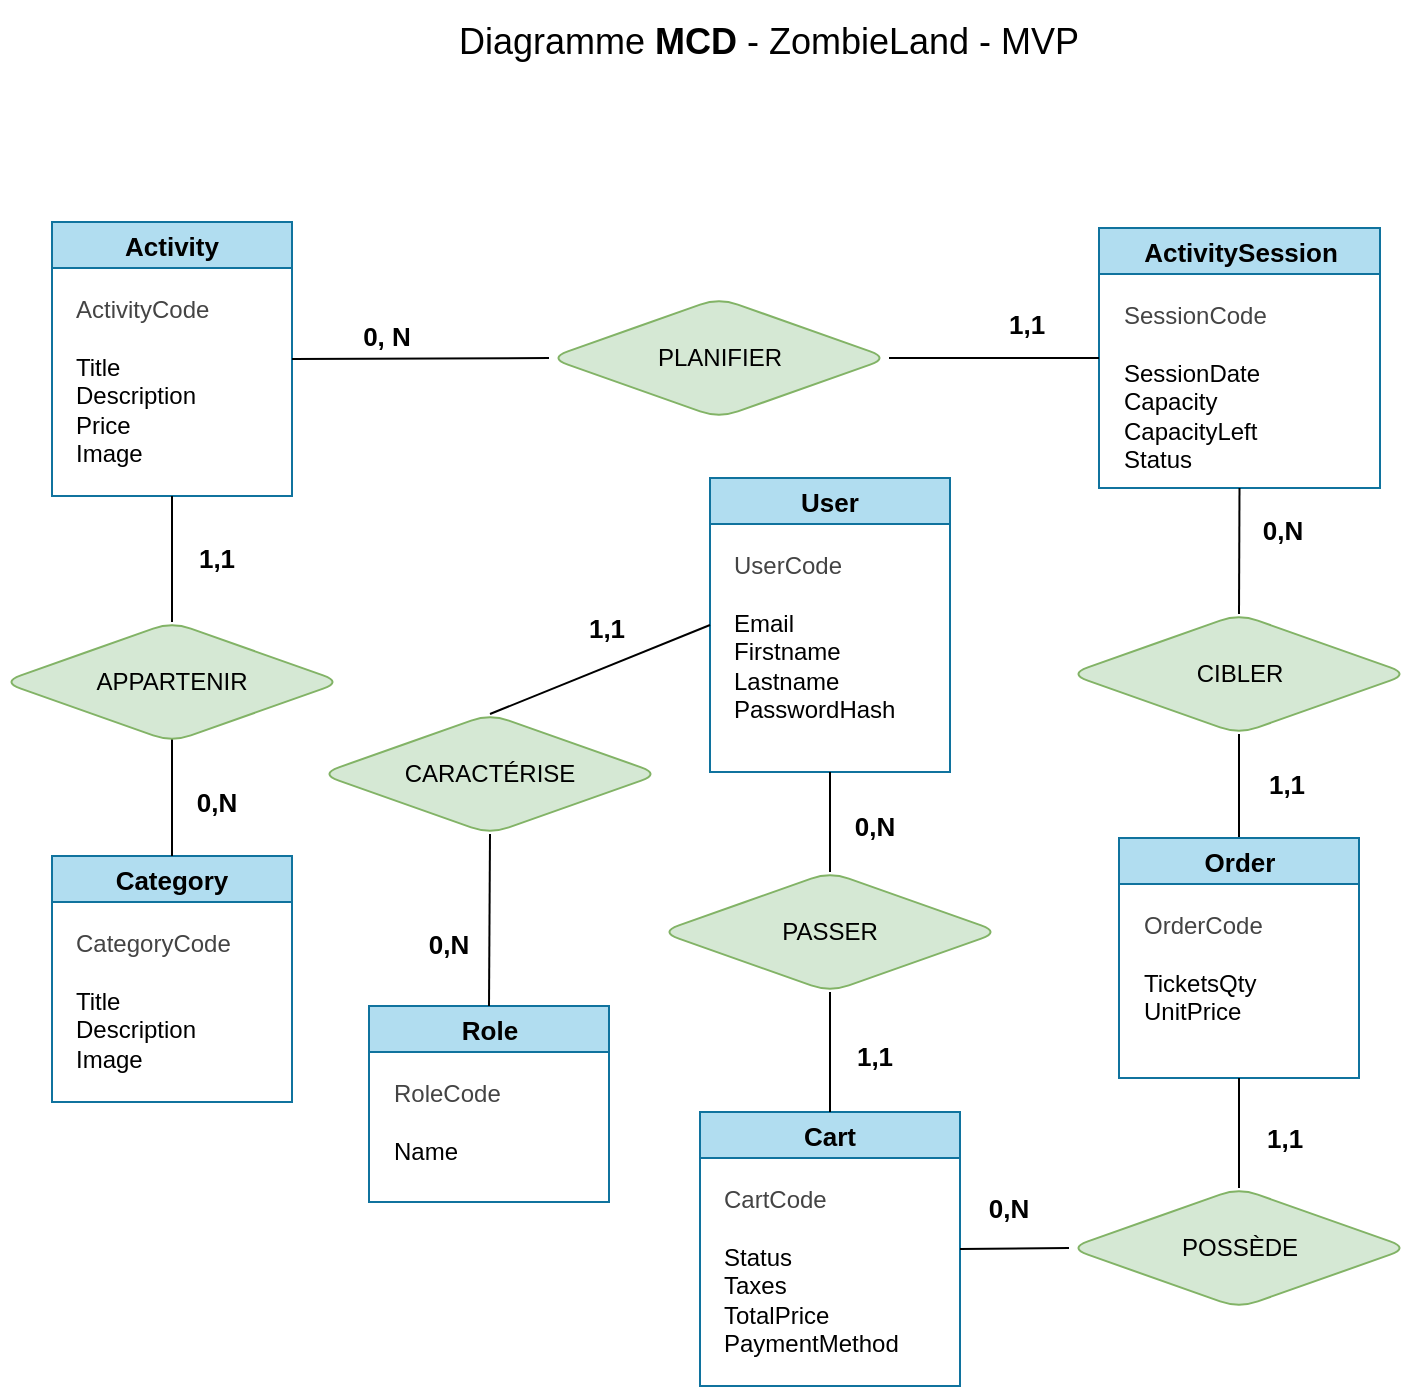
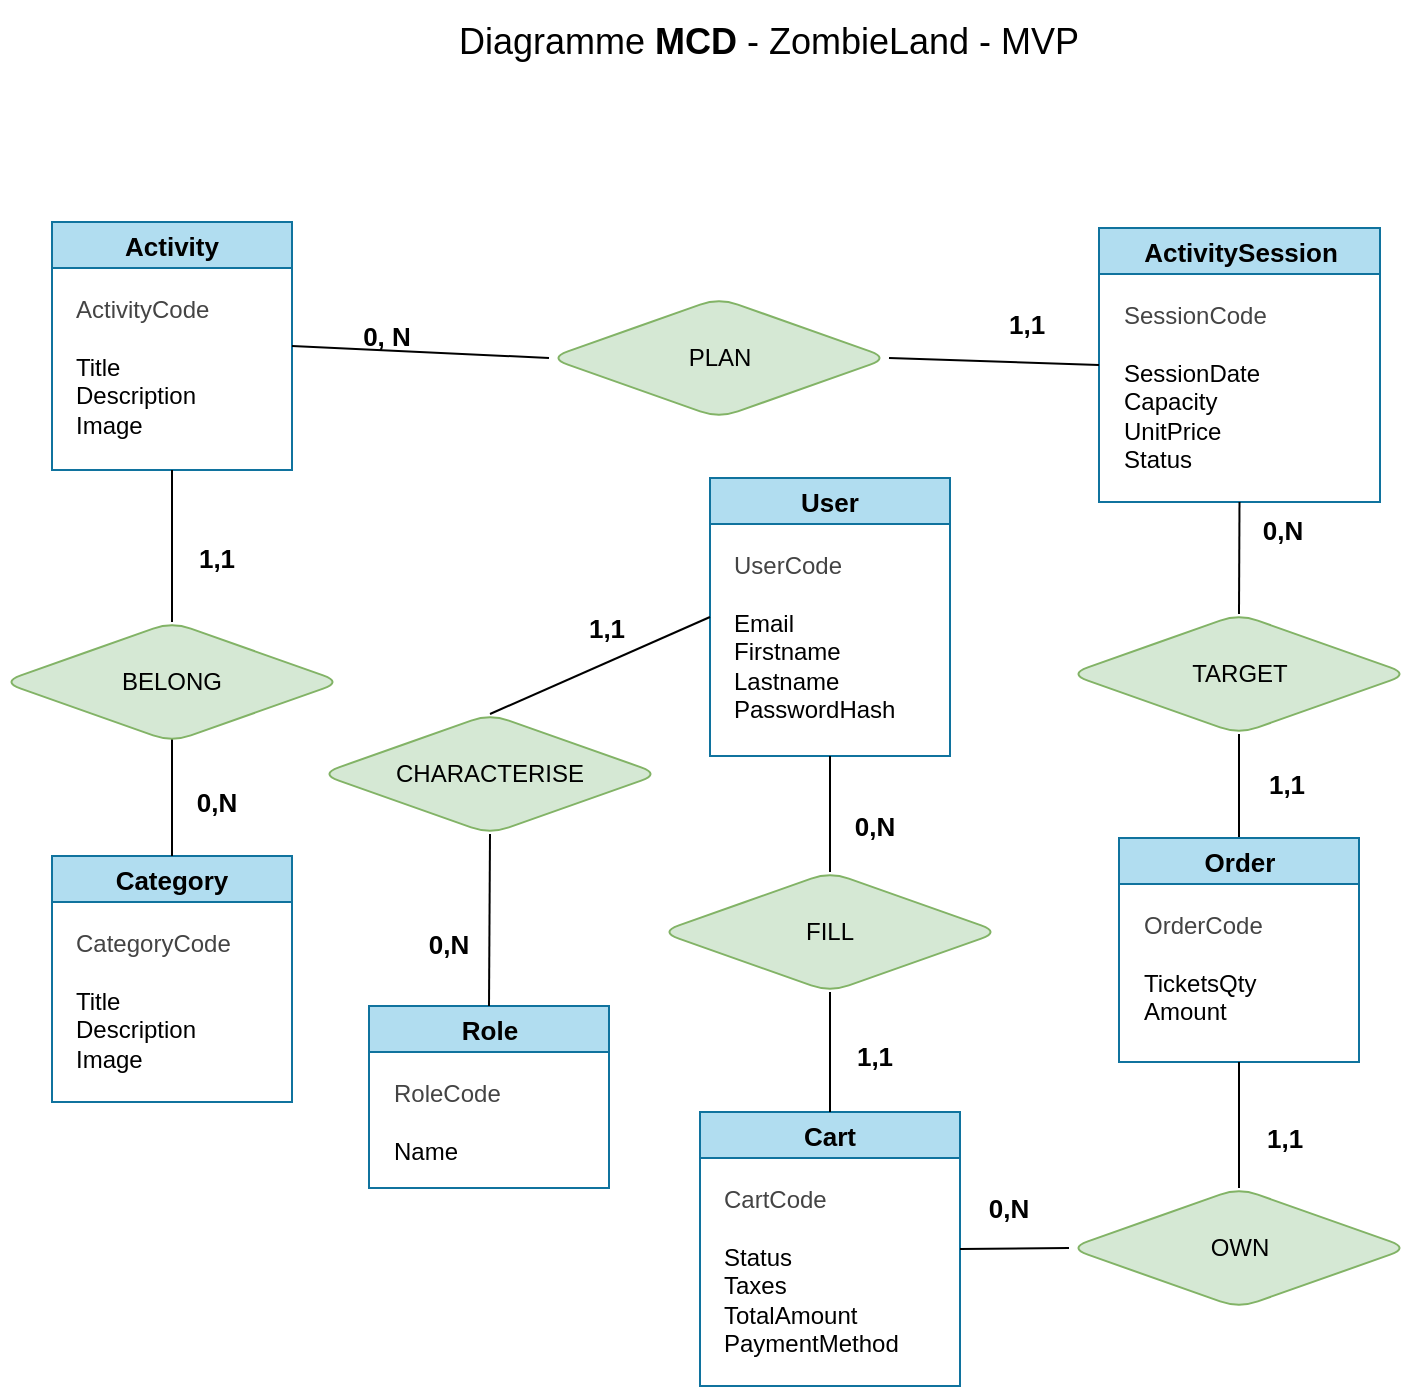
- <mxfile host="65bd71144e" scale="1.5" border="25">
+ <mxfile host="65bd71144e" scale="1.2" border="20">
    <diagram id="sFbCCN8hRzaVC_Y82tKL" name="Page-1">
-         <mxGraphModel dx="1087" dy="1157" grid="0" gridSize="10" guides="1" tooltips="1" connect="1" arrows="1" fold="1" page="1" pageScale="1" pageWidth="827" pageHeight="1169" background="#FFFFFF" math="0" shadow="0">
+         <mxGraphModel dx="982" dy="793" grid="0" gridSize="10" guides="1" tooltips="1" connect="1" arrows="1" fold="1" page="1" pageScale="1" pageWidth="827" pageHeight="1169" background="#FFFFFF" math="0" shadow="0">
            <root>
                <mxCell id="0"/>
                <mxCell id="1" parent="0"/>
                <mxCell id="116" value="&lt;span style=&quot;font-weight: normal;&quot;&gt;Diagramme &lt;/span&gt;MCD &lt;span style=&quot;font-weight: normal;&quot;&gt;- ZombieLand - MVP&lt;/span&gt;" style="text;strokeColor=none;fillColor=none;html=1;fontSize=18;fontStyle=1;verticalAlign=middle;align=center;fontColor=#000000;" parent="1" vertex="1">
                    <mxGeometry x="218" y="79" width="451" height="42" as="geometry"/>
                </mxCell>
                <mxCell id="117" value="&lt;span style=&quot;text-align: left;&quot;&gt;User&lt;/span&gt;" style="swimlane;whiteSpace=wrap;html=1;fillColor=#b1ddf0;strokeColor=#10739e;fillStyle=auto;shadow=0;swimlaneLine=1;rounded=0;fontSize=13;fontStyle=1;" parent="1" vertex="1">
-                     <mxGeometry x="415" y="318" width="120" height="147" as="geometry"/>
+                     <mxGeometry x="415" y="318" width="120" height="139" as="geometry"/>
                </mxCell>
                <mxCell id="118" value="&lt;span style=&quot;text-wrap-mode: wrap;&quot;&gt;&lt;font style=&quot;color: rgb(68, 68, 68);&quot;&gt;UserCode&lt;/font&gt;&lt;/span&gt;&lt;br&gt;&lt;div&gt;&lt;span style=&quot;text-wrap-mode: wrap;&quot;&gt;&lt;br&gt;&lt;/span&gt;&lt;/div&gt;&lt;div&gt;&lt;span style=&quot;text-wrap-mode: wrap;&quot;&gt;&lt;span style=&quot;scrollbar-color: rgb(226, 226, 226) rgb(251, 251, 251);&quot;&gt;Email&lt;/span&gt;&lt;/span&gt;&lt;/div&gt;&lt;div&gt;&lt;span style=&quot;text-wrap-mode: wrap;&quot;&gt;&lt;span style=&quot;scrollbar-color: rgb(226, 226, 226) rgb(251, 251, 251);&quot;&gt;Firstname&lt;/span&gt;&lt;br style=&quot;scrollbar-color: rgb(226, 226, 226) rgb(251, 251, 251);&quot;&gt;&lt;span style=&quot;scrollbar-color: rgb(226, 226, 226) rgb(251, 251, 251);&quot;&gt;Lastname&lt;/span&gt;&lt;br style=&quot;scrollbar-color: rgb(226, 226, 226) rgb(251, 251, 251);&quot;&gt;&lt;span style=&quot;scrollbar-color: rgb(226, 226, 226) rgb(251, 251, 251);&quot;&gt;PasswordHash&lt;/span&gt;&lt;/span&gt;&lt;/div&gt;" style="text;html=1;align=left;verticalAlign=top;resizable=0;points=[];autosize=1;strokeColor=none;fillColor=none;rotation=0;flipV=0;flipH=0;shadow=0;swimlaneLine=1;fontColor=#000000;" parent="117" vertex="1">
                    <mxGeometry x="10" y="30" width="100" height="100" as="geometry"/>
                </mxCell>
                <mxCell id="119" value="&lt;span style=&quot;text-align: left;&quot;&gt;Activity&lt;/span&gt;" style="swimlane;whiteSpace=wrap;html=1;fillColor=#b1ddf0;strokeColor=#10739e;fillStyle=auto;shadow=0;swimlaneLine=1;rounded=0;fontSize=13;fontStyle=1;" parent="1" vertex="1">
-                     <mxGeometry x="86" y="190" width="120" height="137" as="geometry"/>
+                     <mxGeometry x="86" y="190" width="120" height="124" as="geometry"/>
                </mxCell>
-                 <mxCell id="120" value="&lt;font style=&quot;&quot;&gt;&lt;span style=&quot;text-wrap-mode: wrap;&quot;&gt;&lt;font style=&quot;color: rgb(68, 68, 68);&quot;&gt;ActivityCode&lt;/font&gt;&lt;/span&gt;&lt;br&gt;&lt;/font&gt;&lt;div&gt;&lt;span style=&quot;text-wrap-mode: wrap;&quot;&gt;&lt;br&gt;&lt;/span&gt;&lt;/div&gt;&lt;div&gt;&lt;span style=&quot;text-wrap-mode: wrap;&quot;&gt;&lt;span style=&quot;scrollbar-color: rgb(226, 226, 226) rgb(251, 251, 251);&quot;&gt;Title&lt;/span&gt;&lt;br style=&quot;scrollbar-color: rgb(226, 226, 226) rgb(251, 251, 251);&quot;&gt;&lt;span style=&quot;scrollbar-color: rgb(226, 226, 226) rgb(251, 251, 251);&quot;&gt;Description&lt;/span&gt;&lt;br style=&quot;scrollbar-color: rgb(226, 226, 226) rgb(251, 251, 251);&quot;&gt;&lt;span style=&quot;scrollbar-color: rgb(226, 226, 226) rgb(251, 251, 251);&quot;&gt;Price&lt;/span&gt;&lt;/span&gt;&lt;/div&gt;&lt;div&gt;&lt;span style=&quot;text-wrap-mode: wrap;&quot;&gt;&lt;span style=&quot;scrollbar-color: rgb(226, 226, 226) rgb(251, 251, 251);&quot;&gt;Image&lt;/span&gt;&lt;/span&gt;&lt;/div&gt;" style="text;html=1;align=left;verticalAlign=top;resizable=0;points=[];autosize=1;strokeColor=none;fillColor=none;rotation=0;flipV=0;flipH=0;shadow=0;swimlaneLine=1;fontColor=#000000;" parent="119" vertex="1">
-                     <mxGeometry x="10" y="30" width="90" height="100" as="geometry"/>
+                 <mxCell id="120" value="&lt;font style=&quot;&quot;&gt;&lt;span style=&quot;text-wrap-mode: wrap;&quot;&gt;&lt;font style=&quot;color: rgb(68, 68, 68);&quot;&gt;ActivityCode&lt;/font&gt;&lt;/span&gt;&lt;br&gt;&lt;/font&gt;&lt;div&gt;&lt;span style=&quot;text-wrap-mode: wrap;&quot;&gt;&lt;br&gt;&lt;/span&gt;&lt;/div&gt;&lt;div&gt;&lt;span style=&quot;text-wrap-mode: wrap;&quot;&gt;&lt;span style=&quot;scrollbar-color: rgb(226, 226, 226) rgb(251, 251, 251);&quot;&gt;Title&lt;/span&gt;&lt;br style=&quot;scrollbar-color: rgb(226, 226, 226) rgb(251, 251, 251);&quot;&gt;&lt;span style=&quot;scrollbar-color: rgb(226, 226, 226) rgb(251, 251, 251);&quot;&gt;Description&lt;/span&gt;&lt;/span&gt;&lt;/div&gt;&lt;div&gt;&lt;span style=&quot;text-wrap-mode: wrap;&quot;&gt;&lt;span style=&quot;scrollbar-color: rgb(226, 226, 226) rgb(251, 251, 251);&quot;&gt;Image&lt;/span&gt;&lt;/span&gt;&lt;/div&gt;" style="text;html=1;align=left;verticalAlign=top;resizable=0;points=[];autosize=1;strokeColor=none;fillColor=none;rotation=0;flipV=0;flipH=0;shadow=0;swimlaneLine=1;fontColor=#000000;" parent="119" vertex="1">
+                     <mxGeometry x="10" y="30" width="85" height="84" as="geometry"/>
                </mxCell>
                <mxCell id="121" value="&lt;span style=&quot;text-align: left;&quot;&gt;Category&lt;/span&gt;" style="swimlane;whiteSpace=wrap;html=1;fillColor=#b1ddf0;strokeColor=#10739e;fillStyle=auto;shadow=0;swimlaneLine=1;rounded=0;fontSize=13;fontStyle=1;" parent="1" vertex="1">
                    <mxGeometry x="86" y="507" width="120" height="123" as="geometry"/>
                </mxCell>
                <mxCell id="122" value="&lt;span style=&quot;text-wrap-mode: wrap;&quot;&gt;&lt;font style=&quot;color: rgb(68, 68, 68);&quot;&gt;CategoryCode&lt;/font&gt;&lt;/span&gt;&lt;br&gt;&lt;div&gt;&lt;span style=&quot;text-wrap-mode: wrap;&quot;&gt;&lt;br&gt;&lt;/span&gt;&lt;/div&gt;&lt;div&gt;&lt;span style=&quot;text-wrap-mode: wrap;&quot;&gt;&lt;span style=&quot;scrollbar-color: rgb(226, 226, 226) rgb(251, 251, 251);&quot;&gt;Title&lt;/span&gt;&lt;br style=&quot;scrollbar-color: rgb(226, 226, 226) rgb(251, 251, 251);&quot;&gt;&lt;span style=&quot;scrollbar-color: rgb(226, 226, 226) rgb(251, 251, 251);&quot;&gt;Description&lt;/span&gt;&lt;/span&gt;&lt;/div&gt;&lt;div&gt;&lt;span style=&quot;text-wrap-mode: wrap;&quot;&gt;&lt;span style=&quot;scrollbar-color: rgb(226, 226, 226) rgb(251, 251, 251);&quot;&gt;Image&lt;/span&gt;&lt;/span&gt;&lt;/div&gt;" style="text;html=1;align=left;verticalAlign=top;resizable=0;points=[];autosize=1;strokeColor=none;fillColor=none;rotation=0;flipV=0;flipH=0;shadow=0;swimlaneLine=1;fontColor=#000000;" parent="121" vertex="1">
                    <mxGeometry x="10" y="30" width="100" height="90" as="geometry"/>
                </mxCell>
                <mxCell id="123" value="&lt;span style=&quot;text-align: left;&quot;&gt;ActivitySession&lt;/span&gt;" style="swimlane;whiteSpace=wrap;html=1;fillColor=#b1ddf0;strokeColor=#10739e;fillStyle=auto;shadow=0;swimlaneLine=1;rounded=0;fontSize=13;fontStyle=1;" parent="1" vertex="1">
-                     <mxGeometry x="609.5" y="193" width="140.5" height="130" as="geometry"/>
+                     <mxGeometry x="609.5" y="193" width="140.5" height="137" as="geometry"/>
                </mxCell>
-                 <mxCell id="124" value="&lt;font style=&quot;&quot;&gt;&lt;span style=&quot;text-wrap-mode: wrap;&quot;&gt;&lt;font style=&quot;color: rgb(68, 68, 68);&quot;&gt;SessionCode&lt;/font&gt;&lt;/span&gt;&lt;br&gt;&lt;/font&gt;&lt;div&gt;&lt;span style=&quot;text-wrap-mode: wrap;&quot;&gt;&lt;font style=&quot;&quot;&gt;&lt;br&gt;&lt;/font&gt;&lt;/span&gt;&lt;/div&gt;&lt;div&gt;&lt;span style=&quot;text-wrap-mode: wrap;&quot;&gt;&lt;font style=&quot;&quot;&gt;&lt;div style=&quot;&quot;&gt;SessionDate&lt;/div&gt;&lt;div style=&quot;&quot;&gt;Capacity&lt;/div&gt;&lt;div style=&quot;&quot;&gt;CapacityLeft&lt;/div&gt;&lt;div style=&quot;&quot;&gt;Status&lt;/div&gt;&lt;/font&gt;&lt;/span&gt;&lt;/div&gt;" style="text;html=1;align=left;verticalAlign=top;resizable=0;points=[];autosize=1;strokeColor=none;fillColor=none;rotation=0;flipV=0;flipH=0;shadow=0;swimlaneLine=1;fontColor=#000000;" parent="123" vertex="1">
-                     <mxGeometry x="10" y="30" width="90" height="100" as="geometry"/>
+                 <mxCell id="124" value="&lt;font style=&quot;&quot;&gt;&lt;span style=&quot;text-wrap-mode: wrap;&quot;&gt;&lt;font style=&quot;color: rgb(68, 68, 68);&quot;&gt;SessionCode&lt;/font&gt;&lt;/span&gt;&lt;br&gt;&lt;/font&gt;&lt;div&gt;&lt;span style=&quot;text-wrap-mode: wrap;&quot;&gt;&lt;font style=&quot;&quot;&gt;&lt;br&gt;&lt;/font&gt;&lt;/span&gt;&lt;/div&gt;&lt;div&gt;&lt;span style=&quot;text-wrap-mode: wrap;&quot;&gt;&lt;font style=&quot;&quot;&gt;&lt;div style=&quot;&quot;&gt;SessionDate&lt;/div&gt;&lt;div style=&quot;&quot;&gt;Capacity&lt;/div&gt;&lt;div style=&quot;&quot;&gt;UnitPrice&lt;/div&gt;&lt;div style=&quot;&quot;&gt;Status&lt;/div&gt;&lt;/font&gt;&lt;/span&gt;&lt;/div&gt;" style="text;html=1;align=left;verticalAlign=top;resizable=0;points=[];autosize=1;strokeColor=none;fillColor=none;rotation=0;flipV=0;flipH=0;shadow=0;swimlaneLine=1;fontColor=#000000;" parent="123" vertex="1">
+                     <mxGeometry x="10" y="30" width="89" height="98" as="geometry"/>
                </mxCell>
                <mxCell id="125" value="&lt;span style=&quot;text-align: left;&quot;&gt;Cart&lt;/span&gt;" style="swimlane;whiteSpace=wrap;html=1;fillColor=#b1ddf0;strokeColor=#10739e;fillStyle=auto;shadow=0;swimlaneLine=1;rounded=0;fontSize=13;fontStyle=1;" parent="1" vertex="1">
                    <mxGeometry x="410" y="635" width="130" height="137" as="geometry"/>
                </mxCell>
-                 <mxCell id="126" value="&lt;span style=&quot;text-wrap-mode: wrap;&quot;&gt;&lt;font style=&quot;color: rgb(68, 68, 68);&quot;&gt;CartCode&lt;/font&gt;&lt;/span&gt;&lt;br&gt;&lt;div&gt;&lt;span style=&quot;text-wrap-mode: wrap;&quot;&gt;&lt;br&gt;Status&lt;/span&gt;&lt;/div&gt;&lt;div&gt;&lt;span style=&quot;text-wrap-mode: wrap;&quot;&gt;Taxes&lt;/span&gt;&lt;/div&gt;&lt;div&gt;&lt;span style=&quot;text-wrap-mode: wrap;&quot;&gt;&lt;font&gt;&lt;div style=&quot;&quot;&gt;TotalPrice&lt;/div&gt;&lt;div style=&quot;&quot;&gt;PaymentMethod&lt;/div&gt;&lt;/font&gt;&lt;/span&gt;&lt;/div&gt;" style="text;html=1;align=left;verticalAlign=top;resizable=0;points=[];autosize=1;strokeColor=none;fillColor=none;rotation=0;flipV=0;flipH=0;shadow=0;swimlaneLine=1;fontColor=#000000;" parent="125" vertex="1">
-                     <mxGeometry x="10" y="30" width="110" height="100" as="geometry"/>
+                 <mxCell id="126" value="&lt;span style=&quot;text-wrap-mode: wrap;&quot;&gt;&lt;font style=&quot;color: rgb(68, 68, 68);&quot;&gt;CartCode&lt;/font&gt;&lt;/span&gt;&lt;br&gt;&lt;div&gt;&lt;span style=&quot;text-wrap-mode: wrap;&quot;&gt;&lt;br&gt;Status&lt;/span&gt;&lt;/div&gt;&lt;div&gt;&lt;span style=&quot;text-wrap-mode: wrap;&quot;&gt;Taxes&lt;/span&gt;&lt;/div&gt;&lt;div&gt;&lt;span style=&quot;text-wrap-mode: wrap;&quot;&gt;&lt;font&gt;&lt;div style=&quot;&quot;&gt;TotalAmount&lt;/div&gt;&lt;div style=&quot;&quot;&gt;PaymentMethod&lt;/div&gt;&lt;/font&gt;&lt;/span&gt;&lt;/div&gt;" style="text;html=1;align=left;verticalAlign=top;resizable=0;points=[];autosize=1;strokeColor=none;fillColor=none;rotation=0;flipV=0;flipH=0;shadow=0;swimlaneLine=1;fontColor=#000000;" parent="125" vertex="1">
+                     <mxGeometry x="10" y="30" width="105" height="98" as="geometry"/>
                </mxCell>
                <mxCell id="127" value="" style="endArrow=none;html=1;entryX=0.5;entryY=0;entryDx=0;entryDy=0;exitX=0.5;exitY=1;exitDx=0;exitDy=0;shadow=0;swimlaneLine=1;fontColor=#000000;" parent="1" target="121" edge="1">
                    <mxGeometry width="50" height="50" relative="1" as="geometry">
                        <mxPoint x="146" y="444" as="sourcePoint"/>
                        <mxPoint x="498.5" y="168" as="targetPoint"/>
                    </mxGeometry>
                </mxCell>
                <mxCell id="128" value="" style="endArrow=none;html=1;exitX=0.5;exitY=1;exitDx=0;exitDy=0;entryX=0.5;entryY=0;entryDx=0;entryDy=0;shadow=0;swimlaneLine=1;fontColor=#000000;" parent="1" source="119" target="152" edge="1">
                    <mxGeometry width="50" height="50" relative="1" as="geometry">
                        <mxPoint x="155" y="328" as="sourcePoint"/>
                        <mxPoint x="146" y="384" as="targetPoint"/>
                    </mxGeometry>
                </mxCell>
                <mxCell id="129" value="0, N" style="text;html=1;align=center;verticalAlign=middle;resizable=0;points=[];autosize=1;strokeColor=none;fillColor=none;shadow=0;swimlaneLine=1;fontSize=13;fontStyle=1;fontColor=#000000;" parent="1" vertex="1">
                    <mxGeometry x="227.5" y="232" width="50" height="30" as="geometry"/>
                </mxCell>
                <mxCell id="130" value="" style="endArrow=none;html=1;exitX=0;exitY=0.5;exitDx=0;exitDy=0;shadow=0;swimlaneLine=1;entryX=1;entryY=0.5;entryDx=0;entryDy=0;fontColor=#000000;" parent="1" source="151" target="119" edge="1">
                    <mxGeometry width="50" height="50" relative="1" as="geometry">
                        <mxPoint x="356.5" y="258" as="sourcePoint"/>
                        <mxPoint x="296.5" y="258" as="targetPoint"/>
                    </mxGeometry>
                </mxCell>
                <mxCell id="131" value="" style="endArrow=none;html=1;exitX=0;exitY=0.5;exitDx=0;exitDy=0;entryX=1;entryY=0.5;entryDx=0;entryDy=0;shadow=0;swimlaneLine=1;fontColor=#000000;" parent="1" source="123" target="151" edge="1">
                    <mxGeometry width="50" height="50" relative="1" as="geometry">
                        <mxPoint x="705" y="247" as="sourcePoint"/>
                        <mxPoint x="544.5" y="258" as="targetPoint"/>
                    </mxGeometry>
                </mxCell>
                <mxCell id="132" value="1,&lt;span style=&quot;background-color: transparent;&quot;&gt;1&lt;/span&gt;" style="text;html=1;align=center;verticalAlign=middle;resizable=0;points=[];autosize=1;strokeColor=none;fillColor=none;shadow=0;swimlaneLine=1;fontSize=13;fontStyle=1;fontColor=#000000;" parent="1" vertex="1">
                    <mxGeometry x="552.5" y="226" width="40" height="30" as="geometry"/>
                </mxCell>
                <mxCell id="133" value="1,1" style="text;html=1;align=center;verticalAlign=middle;resizable=0;points=[];autosize=1;strokeColor=none;fillColor=none;shadow=0;swimlaneLine=1;fontSize=13;fontStyle=1;fontColor=#000000;" parent="1" vertex="1">
                    <mxGeometry x="147.5" y="343" width="40" height="30" as="geometry"/>
                </mxCell>
                <mxCell id="134" value="0,N" style="text;html=1;align=center;verticalAlign=middle;resizable=0;points=[];autosize=1;strokeColor=none;fillColor=none;shadow=0;swimlaneLine=1;fontSize=13;fontStyle=1;fontColor=#000000;" parent="1" vertex="1">
                    <mxGeometry x="147.5" y="465" width="40" height="30" as="geometry"/>
                </mxCell>
                <mxCell id="135" value="" style="endArrow=none;html=1;entryX=0.5;entryY=1;entryDx=0;entryDy=0;exitX=0.5;exitY=0;exitDx=0;exitDy=0;shadow=0;swimlaneLine=1;fontColor=#000000;" parent="1" source="150" target="123" edge="1">
                    <mxGeometry width="50" height="50" relative="1" as="geometry">
                        <mxPoint x="679.5" y="378" as="sourcePoint"/>
                        <mxPoint x="878" y="318" as="targetPoint"/>
                    </mxGeometry>
                </mxCell>
                <mxCell id="136" value="" style="endArrow=none;html=1;entryX=0.5;entryY=1;entryDx=0;entryDy=0;exitX=0.5;exitY=0;exitDx=0;exitDy=0;shadow=0;swimlaneLine=1;fontColor=#000000;" parent="1" source="143" target="150" edge="1">
                    <mxGeometry width="50" height="50" relative="1" as="geometry">
                        <mxPoint x="478" y="498" as="sourcePoint"/>
                        <mxPoint x="679.5" y="428" as="targetPoint"/>
                    </mxGeometry>
                </mxCell>
                <mxCell id="138" value="1,1" style="text;html=1;align=center;verticalAlign=middle;resizable=0;points=[];autosize=1;strokeColor=none;fillColor=none;shadow=0;swimlaneLine=1;fontSize=13;fontStyle=1;fontColor=#000000;" parent="1" vertex="1">
                    <mxGeometry x="683" y="456" width="40" height="30" as="geometry"/>
                </mxCell>
                <mxCell id="139" value="" style="endArrow=none;html=1;exitX=0.5;exitY=1;exitDx=0;exitDy=0;entryX=0.5;entryY=0;entryDx=0;entryDy=0;shadow=0;swimlaneLine=1;fontColor=#000000;" parent="1" source="117" target="153" edge="1">
                    <mxGeometry width="50" height="50" relative="1" as="geometry">
                        <mxPoint x="475" y="498" as="sourcePoint"/>
                        <mxPoint x="475.5" y="518" as="targetPoint"/>
                    </mxGeometry>
                </mxCell>
                <mxCell id="140" value="" style="endArrow=none;html=1;entryX=0.5;entryY=0;entryDx=0;entryDy=0;exitX=0.5;exitY=1;exitDx=0;exitDy=0;shadow=0;swimlaneLine=1;fontColor=#000000;" parent="1" source="153" target="125" edge="1">
                    <mxGeometry width="50" height="50" relative="1" as="geometry">
                        <mxPoint x="475" y="568" as="sourcePoint"/>
                        <mxPoint x="216" y="633" as="targetPoint"/>
                    </mxGeometry>
                </mxCell>
                <mxCell id="141" value="0,N" style="text;html=1;align=center;verticalAlign=middle;resizable=0;points=[];autosize=1;strokeColor=none;fillColor=none;shadow=0;swimlaneLine=1;fontSize=13;fontStyle=1;fontColor=#000000;" parent="1" vertex="1">
                    <mxGeometry x="477" y="477" width="40" height="30" as="geometry"/>
                </mxCell>
                <mxCell id="142" value="1,&lt;span style=&quot;background-color: transparent;&quot;&gt;1&lt;/span&gt;" style="text;html=1;align=center;verticalAlign=middle;resizable=0;points=[];autosize=1;strokeColor=none;fillColor=none;shadow=0;swimlaneLine=1;fontSize=13;fontStyle=1;fontColor=#000000;" parent="1" vertex="1">
                    <mxGeometry x="682" y="633" width="40" height="30" as="geometry"/>
                </mxCell>
                <mxCell id="143" value="&lt;span style=&quot;text-align: left;&quot;&gt;Order&lt;/span&gt;" style="swimlane;whiteSpace=wrap;html=1;fillColor=#b1ddf0;strokeColor=#10739e;fillStyle=auto;shadow=0;swimlaneLine=1;rounded=0;fontSize=13;fontStyle=1;" parent="1" vertex="1">
-                     <mxGeometry x="619.5" y="498" width="120" height="120" as="geometry">
+                     <mxGeometry x="619.5" y="498" width="120" height="112" as="geometry">
                        <mxRectangle x="546.5" y="439" width="88" height="26" as="alternateBounds"/>
                    </mxGeometry>
                </mxCell>
-                 <mxCell id="144" value="&lt;span style=&quot;text-wrap-mode: wrap;&quot;&gt;&lt;font style=&quot;color: rgb(68, 68, 68);&quot;&gt;OrderCode&lt;/font&gt;&lt;/span&gt;&lt;br&gt;&lt;div&gt;&lt;span style=&quot;text-wrap-mode: wrap;&quot;&gt;&lt;br&gt;&lt;/span&gt;&lt;/div&gt;&lt;div&gt;&lt;span style=&quot;text-wrap-mode: wrap;&quot;&gt;&lt;font&gt;&lt;div style=&quot;&quot;&gt;TicketsQty&lt;/div&gt;&lt;div style=&quot;&quot;&gt;UnitPrice&lt;/div&gt;&lt;/font&gt;&lt;/span&gt;&lt;/div&gt;" style="text;html=1;align=left;verticalAlign=top;resizable=0;points=[];autosize=1;strokeColor=none;fillColor=none;rotation=0;flipV=0;flipH=0;shadow=0;swimlaneLine=1;fontColor=#000000;" parent="143" vertex="1">
-                     <mxGeometry x="10" y="30" width="80" height="70" as="geometry"/>
+                 <mxCell id="144" value="&lt;span style=&quot;text-wrap-mode: wrap;&quot;&gt;&lt;font style=&quot;color: rgb(68, 68, 68);&quot;&gt;OrderCode&lt;/font&gt;&lt;/span&gt;&lt;br&gt;&lt;div&gt;&lt;span style=&quot;text-wrap-mode: wrap;&quot;&gt;&lt;br&gt;&lt;/span&gt;&lt;/div&gt;&lt;div&gt;&lt;span style=&quot;text-wrap-mode: wrap;&quot;&gt;&lt;font&gt;&lt;div style=&quot;&quot;&gt;TicketsQty&lt;/div&gt;&lt;div style=&quot;&quot;&gt;Amount&lt;/div&gt;&lt;/font&gt;&lt;/span&gt;&lt;/div&gt;" style="text;html=1;align=left;verticalAlign=top;resizable=0;points=[];autosize=1;strokeColor=none;fillColor=none;rotation=0;flipV=0;flipH=0;shadow=0;swimlaneLine=1;fontColor=#000000;" parent="143" vertex="1">
+                     <mxGeometry x="10" y="30" width="77" height="70" as="geometry"/>
                </mxCell>
                <mxCell id="145" value="" style="endArrow=none;html=1;exitX=0;exitY=0.5;exitDx=0;exitDy=0;entryX=1;entryY=0.5;entryDx=0;entryDy=0;shadow=0;swimlaneLine=1;fontColor=#000000;" parent="1" source="149" target="125" edge="1">
                    <mxGeometry width="50" height="50" relative="1" as="geometry">
                        <mxPoint x="576.5" y="703" as="sourcePoint"/>
                        <mxPoint x="525" y="702.9999999999998" as="targetPoint"/>
                    </mxGeometry>
                </mxCell>
                <mxCell id="146" value="" style="endArrow=none;html=1;exitX=0.5;exitY=1;exitDx=0;exitDy=0;entryX=0.5;entryY=0;entryDx=0;entryDy=0;shadow=0;swimlaneLine=1;fontColor=#000000;" parent="1" source="143" target="149" edge="1">
                    <mxGeometry width="50" height="50" relative="1" as="geometry">
                        <mxPoint x="679.5" y="628" as="sourcePoint"/>
                        <mxPoint x="679.5" y="678" as="targetPoint"/>
                    </mxGeometry>
                </mxCell>
                <mxCell id="147" value="0,N" style="text;html=1;align=center;verticalAlign=middle;resizable=0;points=[];autosize=1;strokeColor=none;fillColor=none;shadow=0;swimlaneLine=1;fontSize=13;fontStyle=1;fontColor=#000000;" parent="1" vertex="1">
                    <mxGeometry x="544" y="668" width="40" height="30" as="geometry"/>
                </mxCell>
                <mxCell id="148" value="1,1" style="text;html=1;align=center;verticalAlign=middle;resizable=0;points=[];autosize=1;strokeColor=none;fillColor=none;shadow=0;swimlaneLine=1;fontSize=13;fontStyle=1;fontColor=#000000;" parent="1" vertex="1">
                    <mxGeometry x="477" y="592" width="40" height="30" as="geometry"/>
                </mxCell>
-                 <mxCell id="149" value="&lt;span style=&quot;text-align: left;&quot;&gt;POSSÈDE&lt;/span&gt;" style="rhombus;whiteSpace=wrap;html=1;fillColor=#d5e8d4;strokeColor=#82b366;fillStyle=auto;shadow=0;swimlaneLine=1;rounded=1;fontStyle=0" parent="1" vertex="1">
+                 <mxCell id="149" value="&lt;span style=&quot;text-align: left;&quot;&gt;OWN&lt;/span&gt;" style="rhombus;whiteSpace=wrap;html=1;fillColor=#d5e8d4;strokeColor=#82b366;fillStyle=auto;shadow=0;swimlaneLine=1;rounded=1;fontStyle=0" parent="1" vertex="1">
                    <mxGeometry x="594.5" y="673" width="170" height="60" as="geometry"/>
                </mxCell>
-                 <mxCell id="150" value="&lt;span style=&quot;text-align: left;&quot;&gt;CIBLER&lt;/span&gt;" style="rhombus;whiteSpace=wrap;html=1;fillColor=#d5e8d4;strokeColor=#82b366;fillStyle=auto;rounded=1;shadow=0;swimlaneLine=1;fontStyle=0" parent="1" vertex="1">
+                 <mxCell id="150" value="&lt;span style=&quot;text-align: left;&quot;&gt;TARGET&lt;/span&gt;" style="rhombus;whiteSpace=wrap;html=1;fillColor=#d5e8d4;strokeColor=#82b366;fillStyle=auto;rounded=1;shadow=0;swimlaneLine=1;fontStyle=0" parent="1" vertex="1">
                    <mxGeometry x="594.5" y="386" width="170" height="60" as="geometry"/>
                </mxCell>
-                 <mxCell id="151" value="&lt;span style=&quot;text-align: left;&quot;&gt;PLANIFIER&lt;/span&gt;" style="rhombus;whiteSpace=wrap;html=1;fillColor=#d5e8d4;strokeColor=#82b366;fillStyle=auto;rounded=1;shadow=0;swimlaneLine=1;textShadow=0;labelBackgroundColor=none;labelBorderColor=none;fontStyle=0" parent="1" vertex="1">
+                 <mxCell id="151" value="&lt;span style=&quot;text-align: left;&quot;&gt;PLAN&lt;/span&gt;" style="rhombus;whiteSpace=wrap;html=1;fillColor=#d5e8d4;strokeColor=#82b366;fillStyle=auto;rounded=1;shadow=0;swimlaneLine=1;textShadow=0;labelBackgroundColor=none;labelBorderColor=none;fontStyle=0" parent="1" vertex="1">
                    <mxGeometry x="334.5" y="228" width="170" height="60" as="geometry"/>
                </mxCell>
-                 <mxCell id="152" value="&lt;span style=&quot;text-align: left;&quot;&gt;APPARTENIR&lt;/span&gt;" style="rhombus;whiteSpace=wrap;html=1;fillColor=#d5e8d4;strokeColor=#82b366;fillStyle=auto;shadow=0;swimlaneLine=1;rounded=1;fontStyle=0" parent="1" vertex="1">
+                 <mxCell id="152" value="&lt;span style=&quot;text-align: left;&quot;&gt;BELONG&lt;/span&gt;" style="rhombus;whiteSpace=wrap;html=1;fillColor=#d5e8d4;strokeColor=#82b366;fillStyle=auto;shadow=0;swimlaneLine=1;rounded=1;fontStyle=0" parent="1" vertex="1">
                    <mxGeometry x="61" y="390" width="170" height="60" as="geometry"/>
                </mxCell>
-                 <mxCell id="153" value="&lt;span style=&quot;text-align: left;&quot;&gt;PASSER&lt;/span&gt;" style="rhombus;whiteSpace=wrap;html=1;fillColor=#d5e8d4;strokeColor=#82b366;fillStyle=auto;shadow=0;swimlaneLine=1;rounded=1;fontStyle=0" parent="1" vertex="1">
+                 <mxCell id="153" value="&lt;span style=&quot;text-align: left;&quot;&gt;FILL&lt;/span&gt;" style="rhombus;whiteSpace=wrap;html=1;fillColor=#d5e8d4;strokeColor=#82b366;fillStyle=auto;shadow=0;swimlaneLine=1;rounded=1;fontStyle=0" parent="1" vertex="1">
                    <mxGeometry x="390" y="515" width="170" height="60" as="geometry"/>
                </mxCell>
                <mxCell id="154" value="&lt;span style=&quot;text-align: left;&quot;&gt;Role&lt;/span&gt;" style="swimlane;whiteSpace=wrap;html=1;fillColor=#b1ddf0;strokeColor=#10739e;fillStyle=auto;shadow=0;swimlaneLine=1;rounded=0;fontSize=13;fontStyle=1;" parent="1" vertex="1">
-                     <mxGeometry x="244.5" y="582" width="120" height="98" as="geometry">
+                     <mxGeometry x="244.5" y="582" width="120" height="91" as="geometry">
                        <mxRectangle x="546.5" y="439" width="88" height="26" as="alternateBounds"/>
                    </mxGeometry>
                </mxCell>
                <mxCell id="155" value="&lt;span style=&quot;text-wrap-mode: wrap;&quot;&gt;&lt;font style=&quot;color: rgb(68, 68, 68);&quot;&gt;RoleCode&lt;/font&gt;&lt;/span&gt;&lt;br&gt;&lt;div&gt;&lt;span style=&quot;text-wrap-mode: wrap;&quot;&gt;&lt;br&gt;&lt;/span&gt;&lt;/div&gt;&lt;div&gt;&lt;span style=&quot;text-wrap-mode: wrap;&quot;&gt;&lt;font&gt;&lt;div style=&quot;&quot;&gt;Name&lt;/div&gt;&lt;/font&gt;&lt;/span&gt;&lt;/div&gt;" style="text;html=1;align=left;verticalAlign=top;resizable=0;points=[];autosize=1;strokeColor=none;fillColor=none;rotation=0;flipV=0;flipH=0;shadow=0;swimlaneLine=1;fontColor=#000000;" parent="154" vertex="1">
                    <mxGeometry x="10" y="30" width="80" height="60" as="geometry"/>
                </mxCell>
                <mxCell id="157" value="0,N" style="text;html=1;align=center;verticalAlign=middle;resizable=0;points=[];autosize=1;strokeColor=none;fillColor=none;shadow=0;swimlaneLine=1;fontSize=13;fontStyle=1;fontColor=#000000;" parent="1" vertex="1">
                    <mxGeometry x="681" y="329" width="40" height="30" as="geometry"/>
                </mxCell>
                <mxCell id="158" value="" style="endArrow=none;html=1;entryX=0;entryY=0.5;entryDx=0;entryDy=0;exitX=0.5;exitY=0;exitDx=0;exitDy=0;fontColor=#000000;" parent="1" source="160" target="117" edge="1">
                    <mxGeometry width="50" height="50" relative="1" as="geometry">
                        <mxPoint x="320" y="425" as="sourcePoint"/>
                        <mxPoint x="405" y="401" as="targetPoint"/>
                    </mxGeometry>
                </mxCell>
-                 <mxCell id="160" value="&lt;span style=&quot;text-align: left;&quot;&gt;CARACTÉRISE&lt;/span&gt;" style="rhombus;whiteSpace=wrap;html=1;fillColor=#d5e8d4;strokeColor=#82b366;fillStyle=auto;shadow=0;swimlaneLine=1;rounded=1;fontStyle=0" parent="1" vertex="1">
+                 <mxCell id="160" value="&lt;div style=&quot;text-align: left;&quot;&gt;&lt;span style=&quot;background-color: transparent;&quot;&gt;CHARACTERISE&lt;/span&gt;&lt;/div&gt;" style="rhombus;whiteSpace=wrap;html=1;fillColor=#d5e8d4;strokeColor=#82b366;fillStyle=auto;shadow=0;swimlaneLine=1;rounded=1;fontStyle=0" parent="1" vertex="1">
                    <mxGeometry x="220" y="436" width="170" height="60" as="geometry"/>
                </mxCell>
                <mxCell id="161" value="" style="endArrow=none;html=1;entryX=0.5;entryY=1;entryDx=0;entryDy=0;exitX=0.5;exitY=0;exitDx=0;exitDy=0;fontColor=#000000;" parent="1" source="154" target="160" edge="1">
                    <mxGeometry width="50" height="50" relative="1" as="geometry">
                        <mxPoint x="410" y="615" as="sourcePoint"/>
                        <mxPoint x="460" y="565" as="targetPoint"/>
                    </mxGeometry>
                </mxCell>
                <mxCell id="162" value="1,1" style="text;html=1;align=center;verticalAlign=middle;resizable=0;points=[];autosize=1;strokeColor=none;fillColor=none;shadow=0;swimlaneLine=1;fontSize=13;fontStyle=1;fontColor=#000000;" parent="1" vertex="1">
                    <mxGeometry x="343" y="378" width="40" height="30" as="geometry"/>
                </mxCell>
                <mxCell id="163" value="0,N" style="text;html=1;align=center;verticalAlign=middle;resizable=0;points=[];autosize=1;strokeColor=none;fillColor=none;shadow=0;swimlaneLine=1;fontSize=13;fontStyle=1;fontColor=#000000;" parent="1" vertex="1">
                    <mxGeometry x="264" y="536" width="40" height="30" as="geometry"/>
                </mxCell>
            </root>
        </mxGraphModel>
    </diagram>
</mxfile>